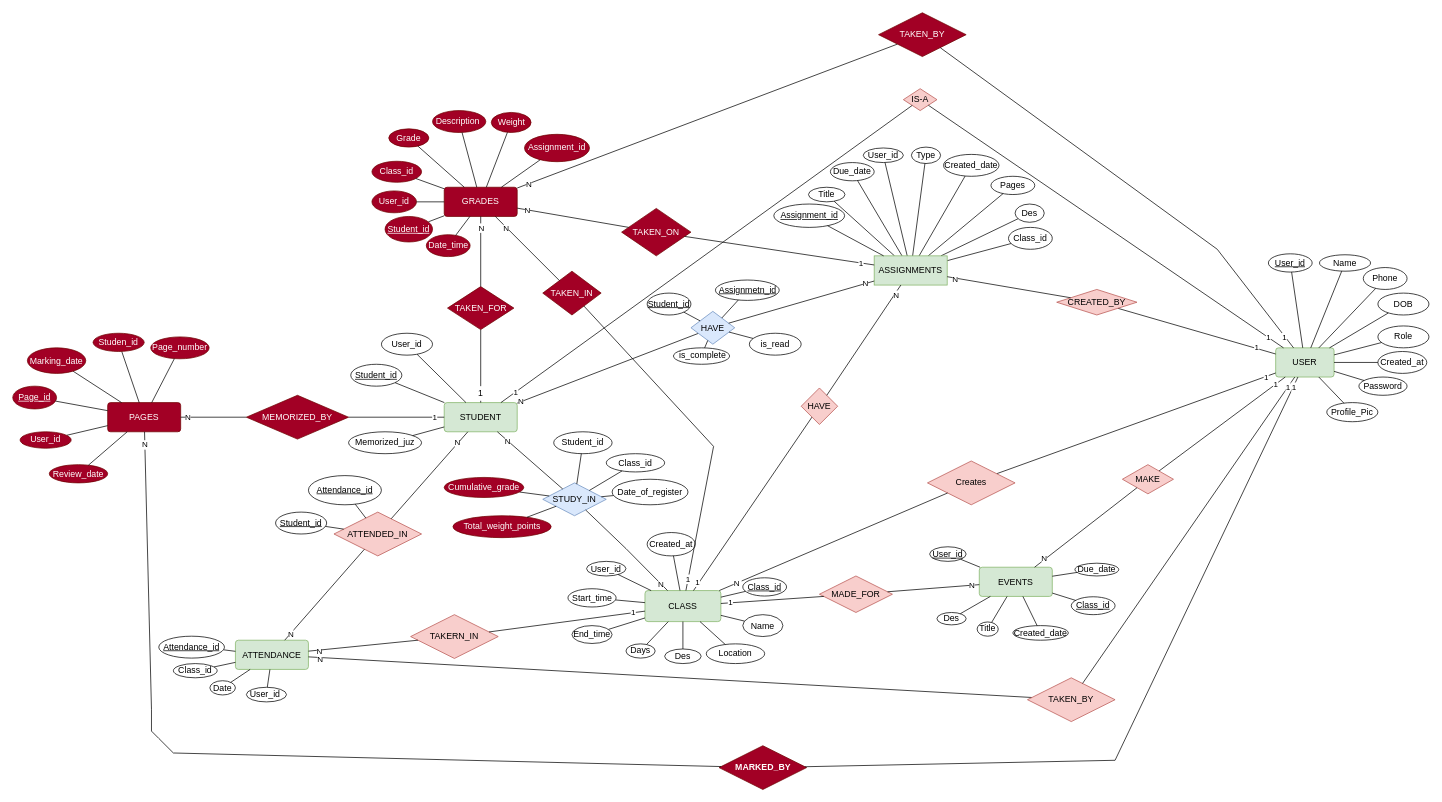
JamilAlfaisal/Halaqati_JS keeps this draw.io diagram as database.drawio. Above is the earlier version. Source tidied: cells renumbered, new cells numbered last; positions are measured from the earlier drawing's top-left corner, leaving out a move shared by most shapes. Both pictures are drawn from the tidied source at 73%, with x=0, y=0 at pixel (12, 12).
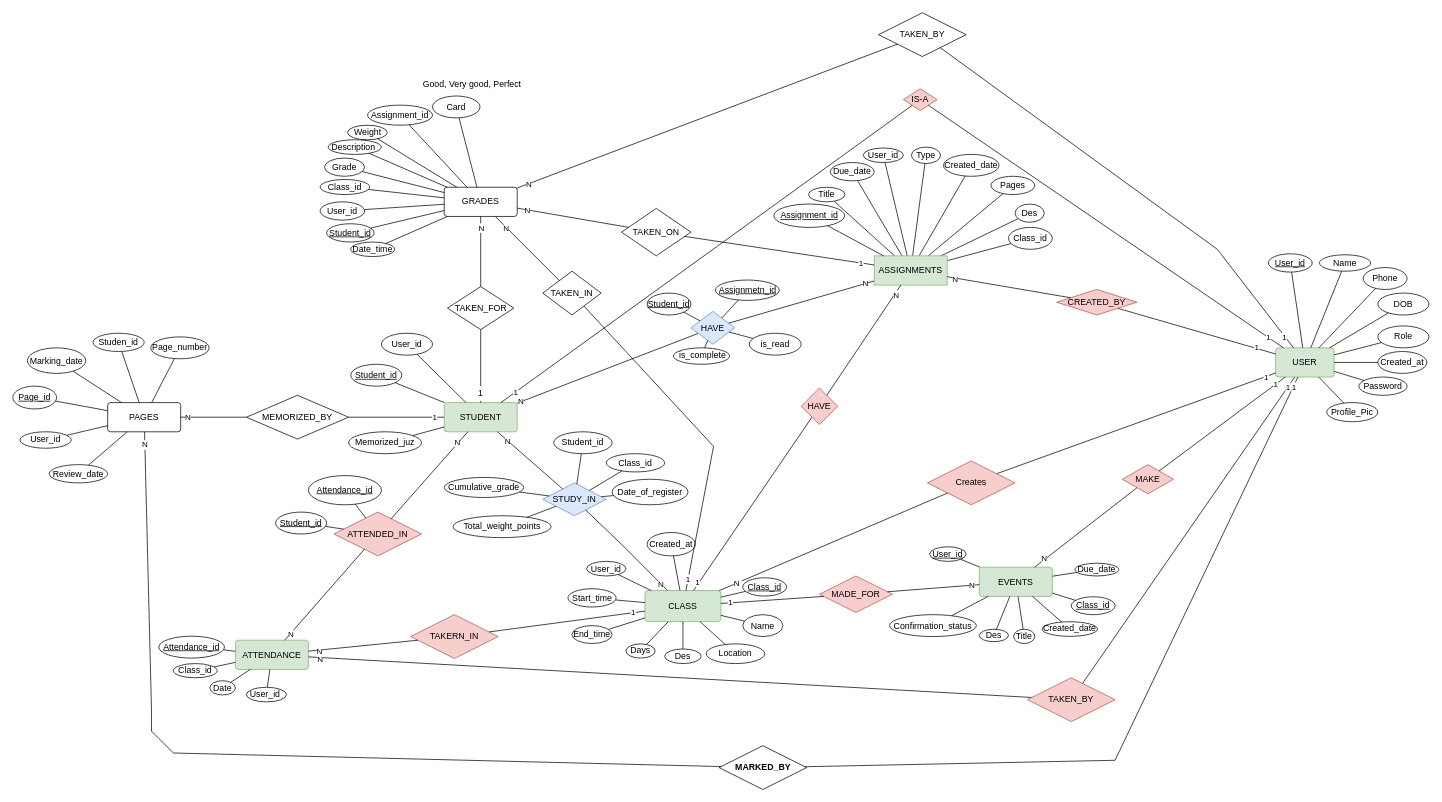
After the change.

Unchanged cells that the change refers to:
```xml
<mxCell id="72" value="EVENTS" style="rounded=1;arcSize=10;whiteSpace=wrap;html=1;align=center;fillColor=#d5e8d4;strokeColor=#82b366;" parent="1" vertex="1">
  <mxGeometry x="1324" y="759.5" width="100" height="40" as="geometry" />
</mxCell>
```

What changed in the source:
```diff
@@
     <mxCell id="81" value="Created_date" style="ellipse;whiteSpace=wrap;html=1;align=center;" parent="1" vertex="1">
-      <mxGeometry x="1370" y="839.5" width="76" height="20" as="geometry" />
+      <mxGeometry x="1410" y="834.2" width="76" height="20" as="geometry" />
     </mxCell>
@@
     <mxCell id="85" value="Title" style="ellipse;whiteSpace=wrap;html=1;align=center;" parent="1" vertex="1">
-      <mxGeometry x="1321" y="834.5" width="29" height="19.5" as="geometry" />
+      <mxGeometry x="1371" y="844.5" width="29" height="19.5" as="geometry" />
     </mxCell>
@@
     <mxCell id="87" value="Des" style="ellipse;whiteSpace=wrap;html=1;align=center;" parent="1" vertex="1">
-      <mxGeometry x="1266" y="821.5" width="40" height="17" as="geometry" />
+      <mxGeometry x="1324" y="844.5" width="40" height="17" as="geometry" />
     </mxCell>
@@
-    <mxCell id="157" value="TAKEN_FOR" style="shape=rhombus;perimeter=rhombusPerimeter;whiteSpace=wrap;html=1;align=center;fillColor=#a20025;fontColor=#ffffff;strokeColor=#6F0000;" parent="1" vertex="1">
+    <mxCell id="157" value="TAKEN_FOR" style="shape=rhombus;perimeter=rhombusPerimeter;whiteSpace=wrap;html=1;align=center;" parent="1" vertex="1">
       <mxGeometry x="595.5" y="375.1" width="91" height="58.9" as="geometry" />
     </mxCell>
-    <mxCell id="158" value="GRADES" style="rounded=1;arcSize=10;whiteSpace=wrap;html=1;align=center;fillColor=#a20025;fontColor=#ffffff;strokeColor=#6F0000;" parent="1" vertex="1">
+    <mxCell id="158" value="GRADES" style="rounded=1;arcSize=10;whiteSpace=wrap;html=1;align=center;" parent="1" vertex="1">
       <mxGeometry x="591" y="239" width="100" height="40" as="geometry" />
     </mxCell>
@@
-    <mxCell id="160" value="User_id" style="ellipse;whiteSpace=wrap;html=1;align=center;fillColor=#a20025;fontColor=#ffffff;strokeColor=#6F0000;" parent="1" vertex="1">
-      <mxGeometry x="492" y="244" width="61" height="30" as="geometry" />
+    <mxCell id="160" value="User_id" style="ellipse;whiteSpace=wrap;html=1;align=center;" parent="1" vertex="1">
+      <mxGeometry x="421" y="259" width="61" height="25" as="geometry" />
     </mxCell>
@@
-    <mxCell id="163" value="Class_id" style="ellipse;whiteSpace=wrap;html=1;align=center;fillColor=#a20025;fontColor=#ffffff;strokeColor=#6F0000;" parent="1" vertex="1">
-      <mxGeometry x="492" y="203.4" width="68" height="28.8" as="geometry" />
+    <mxCell id="163" value="Class_id" style="ellipse;whiteSpace=wrap;html=1;align=center;" parent="1" vertex="1">
+      <mxGeometry x="421" y="228.4" width="68" height="20.6" as="geometry" />
     </mxCell>
-    <mxCell id="164" value="Student_id" style="ellipse;whiteSpace=wrap;html=1;align=center;fontStyle=4;fillColor=#a20025;fontColor=#ffffff;strokeColor=#6F0000;" parent="1" vertex="1">
-      <mxGeometry x="510" y="279" width="65" height="35" as="geometry" />
+    <mxCell id="164" value="Student_id" style="ellipse;whiteSpace=wrap;html=1;align=center;fontStyle=4;" parent="1" vertex="1">
+      <mxGeometry x="430" y="289" width="65" height="25" as="geometry" />
     </mxCell>
@@
-    <mxCell id="166" value="Grade" style="ellipse;whiteSpace=wrap;html=1;align=center;fillColor=#a20025;fontColor=#ffffff;strokeColor=#6F0000;" parent="1" vertex="1">
-      <mxGeometry x="515" y="159" width="55" height="25" as="geometry" />
+    <mxCell id="166" value="Grade" style="ellipse;whiteSpace=wrap;html=1;align=center;" parent="1" vertex="1">
+      <mxGeometry x="427" y="199" width="55" height="25" as="geometry" />
     </mxCell>
@@
-    <mxCell id="168" value="Description&amp;nbsp;" style="ellipse;whiteSpace=wrap;html=1;align=center;fillColor=#a20025;fontColor=#ffffff;strokeColor=#6F0000;" parent="1" vertex="1">
-      <mxGeometry x="575" y="134" width="73" height="30" as="geometry" />
+    <mxCell id="168" value="Description&amp;nbsp;" style="ellipse;whiteSpace=wrap;html=1;align=center;" parent="1" vertex="1">
+      <mxGeometry x="432" y="174" width="73" height="20" as="geometry" />
     </mxCell>
@@
-    <mxCell id="172" value="TAKEN_BY" style="shape=rhombus;perimeter=rhombusPerimeter;whiteSpace=wrap;html=1;align=center;fillColor=#a20025;fontColor=#ffffff;strokeColor=#6F0000;" parent="1" vertex="1">
+    <mxCell id="172" value="TAKEN_BY" style="shape=rhombus;perimeter=rhombusPerimeter;whiteSpace=wrap;html=1;align=center;" parent="1" vertex="1">
       <mxGeometry x="1186" width="120" height="60" as="geometry" />
     </mxCell>
@@
-    <mxCell id="179" value="TAKEN_IN" style="shape=rhombus;perimeter=rhombusPerimeter;whiteSpace=wrap;html=1;align=center;fillColor=#a20025;fontColor=#ffffff;strokeColor=#6F0000;" parent="1" vertex="1">
+    <mxCell id="179" value="TAKEN_IN" style="shape=rhombus;perimeter=rhombusPerimeter;whiteSpace=wrap;html=1;align=center;" parent="1" vertex="1">
       <mxGeometry x="726" y="354" width="80" height="60" as="geometry" />
     </mxCell>
@@
-    <mxCell id="185" value="Cumulative_grade" style="ellipse;whiteSpace=wrap;html=1;align=center;fillColor=#a20025;fontColor=#ffffff;strokeColor=#6F0000;gradientColor=none;" parent="1" vertex="1">
+    <mxCell id="185" value="Cumulative_grade" style="ellipse;whiteSpace=wrap;html=1;align=center;" parent="1" vertex="1">
       <mxGeometry x="591" y="636.5" width="109" height="27.5" as="geometry" />
     </mxCell>
-    <mxCell id="186" value="Weight" style="ellipse;whiteSpace=wrap;html=1;align=center;fillColor=#a20025;fontColor=#ffffff;strokeColor=#6F0000;" parent="1" vertex="1">
-      <mxGeometry x="655.5" y="136.5" width="54.5" height="27.5" as="geometry" />
+    <mxCell id="186" value="Weight" style="ellipse;whiteSpace=wrap;html=1;align=center;" parent="1" vertex="1">
+      <mxGeometry x="458.5" y="154" width="54.5" height="20" as="geometry" />
     </mxCell>
@@
-    <mxCell id="188" value="Date_time" style="ellipse;whiteSpace=wrap;html=1;align=center;fillColor=#a20025;fontColor=#ffffff;strokeColor=#6F0000;" parent="1" vertex="1">
-      <mxGeometry x="566.5" y="304" width="60" height="30" as="geometry" />
+    <mxCell id="188" value="Date_time" style="ellipse;whiteSpace=wrap;html=1;align=center;" parent="1" vertex="1">
+      <mxGeometry x="463" y="314" width="60" height="20" as="geometry" />
     </mxCell>
@@
-    <mxCell id="190" value="TAKEN_ON" style="shape=rhombus;perimeter=rhombusPerimeter;whiteSpace=wrap;html=1;align=center;fillColor=#a20025;fontColor=#ffffff;strokeColor=#6F0000;" parent="1" vertex="1">
+    <mxCell id="190" value="TAKEN_ON" style="shape=rhombus;perimeter=rhombusPerimeter;whiteSpace=wrap;html=1;align=center;" parent="1" vertex="1">
       <mxGeometry x="834" y="268" width="95" height="65" as="geometry" />
     </mxCell>
@@
-    <mxCell id="196" value="Assignment_id" style="ellipse;whiteSpace=wrap;html=1;align=center;fillColor=#a20025;fontColor=#ffffff;strokeColor=#6F0000;" parent="1" vertex="1">
-      <mxGeometry x="701" y="166.5" width="89" height="37.5" as="geometry" />
+    <mxCell id="196" value="Assignment_id" style="ellipse;whiteSpace=wrap;html=1;align=center;" parent="1" vertex="1">
+      <mxGeometry x="486" y="126.5" width="89" height="27.5" as="geometry" />
     </mxCell>
-    <mxCell id="197" value="Total_weight_points" style="ellipse;whiteSpace=wrap;html=1;align=center;fillColor=#a20025;fontColor=#ffffff;strokeColor=#6F0000;" parent="1" vertex="1">
+    <mxCell id="197" value="Total_weight_points" style="ellipse;whiteSpace=wrap;html=1;align=center;" parent="1" vertex="1">
       <mxGeometry x="603" y="689" width="134.5" height="30" as="geometry" />
     </mxCell>
@@
-    <mxCell id="203" value="MEMORIZED_BY" style="shape=rhombus;perimeter=rhombusPerimeter;whiteSpace=wrap;html=1;align=center;fillColor=#a20025;fontColor=#ffffff;strokeColor=#6F0000;" parent="1" vertex="1">
+    <mxCell id="203" value="MEMORIZED_BY" style="shape=rhombus;perimeter=rhombusPerimeter;whiteSpace=wrap;html=1;align=center;" parent="1" vertex="1">
       <mxGeometry x="320" y="524" width="140" height="60" as="geometry" />
     </mxCell>
-    <mxCell id="204" value="PAGES" style="rounded=1;arcSize=10;whiteSpace=wrap;html=1;align=center;fillColor=#a20025;fontColor=#ffffff;strokeColor=#6F0000;" parent="1" vertex="1">
+    <mxCell id="204" value="PAGES" style="rounded=1;arcSize=10;whiteSpace=wrap;html=1;align=center;" parent="1" vertex="1">
       <mxGeometry x="130" y="534" width="100" height="40" as="geometry" />
     </mxCell>
@@
-    <mxCell id="207" value="Page_id" style="ellipse;whiteSpace=wrap;html=1;align=center;fontStyle=4;fillColor=#a20025;fontColor=#ffffff;strokeColor=#6F0000;" parent="1" vertex="1">
+    <mxCell id="207" value="Page_id" style="ellipse;whiteSpace=wrap;html=1;align=center;fontStyle=4;" parent="1" vertex="1">
       <mxGeometry y="511.5" width="60" height="31.2" as="geometry" />
     </mxCell>
@@
-    <mxCell id="209" value="&lt;b&gt;MARKED_BY&lt;/b&gt;" style="shape=rhombus;perimeter=rhombusPerimeter;whiteSpace=wrap;html=1;align=center;fillColor=#a20025;fontColor=#ffffff;strokeColor=#6F0000;" parent="1" vertex="1">
+    <mxCell id="209" value="&lt;b&gt;MARKED_BY&lt;/b&gt;" style="shape=rhombus;perimeter=rhombusPerimeter;whiteSpace=wrap;html=1;align=center;" parent="1" vertex="1">
       <mxGeometry x="967.5" y="1004" width="120" height="60" as="geometry" />
     </mxCell>
@@
-    <mxCell id="215" value="User_id" style="ellipse;whiteSpace=wrap;html=1;align=center;fillColor=#a20025;fontColor=#ffffff;strokeColor=#6F0000;" parent="1" vertex="1">
+    <mxCell id="215" value="User_id" style="ellipse;whiteSpace=wrap;html=1;align=center;" parent="1" vertex="1">
       <mxGeometry x="10" y="574" width="70" height="22.5" as="geometry" />
     </mxCell>
@@
-    <mxCell id="217" value="Marking_date" style="ellipse;whiteSpace=wrap;html=1;align=center;fillColor=#a20025;fontColor=#ffffff;strokeColor=#6F0000;" parent="1" vertex="1">
+    <mxCell id="217" value="Marking_date" style="ellipse;whiteSpace=wrap;html=1;align=center;" parent="1" vertex="1">
       <mxGeometry x="20" y="459" width="80" height="35" as="geometry" />
     </mxCell>
@@
-    <mxCell id="219" value="Studen_id" style="ellipse;whiteSpace=wrap;html=1;align=center;fillColor=#a20025;fontColor=#ffffff;strokeColor=#6F0000;" parent="1" vertex="1">
+    <mxCell id="219" value="Studen_id" style="ellipse;whiteSpace=wrap;html=1;align=center;" parent="1" vertex="1">
       <mxGeometry x="110" y="439" width="70" height="25" as="geometry" />
     </mxCell>
-    <mxCell id="220" value="Page_number" style="ellipse;whiteSpace=wrap;html=1;align=center;fillColor=#a20025;fontColor=#ffffff;strokeColor=#6F0000;" parent="1" vertex="1">
+    <mxCell id="220" value="Page_number" style="ellipse;whiteSpace=wrap;html=1;align=center;" parent="1" vertex="1">
       <mxGeometry x="189" y="444" width="80" height="30" as="geometry" />
     </mxCell>
@@
-    <mxCell id="222" value="Review_date" style="ellipse;whiteSpace=wrap;html=1;align=center;fillColor=#a20025;fontColor=#ffffff;strokeColor=#6F0000;" parent="1" vertex="1">
+    <mxCell id="222" value="Review_date" style="ellipse;whiteSpace=wrap;html=1;align=center;" parent="1" vertex="1">
       <mxGeometry x="50" y="619" width="80" height="25" as="geometry" />
     </mxCell>
@@
+    <mxCell id="224" style="endArrow=none;html=1;rounded=0;" parent="1" edge="1" source="225" target="158">
+      <mxGeometry relative="1" as="geometry" />
+    </mxCell>
+    <mxCell id="225" value="Card" style="ellipse;whiteSpace=wrap;html=1;align=center;" parent="1" vertex="1">
+      <mxGeometry x="575" y="114" width="65" height="30" as="geometry" />
+    </mxCell>
+    <mxCell id="226" value="Good, Very good, Perfect" style="text;whiteSpace=wrap;html=1;" parent="1" vertex="1">
+      <mxGeometry x="560" y="84" width="140" height="30" as="geometry" />
+    </mxCell>
+    <mxCell id="227" style="endArrow=none;html=1;rounded=0;" parent="1" edge="1" source="228" target="72">
+      <mxGeometry relative="1" as="geometry" />
+    </mxCell>
+    <mxCell id="228" value="Confirmation_status" style="ellipse;whiteSpace=wrap;html=1;align=center;" parent="1" vertex="1">
+      <mxGeometry x="1201" y="824.5" width="119" height="30" as="geometry" />
+    </mxCell>
```
